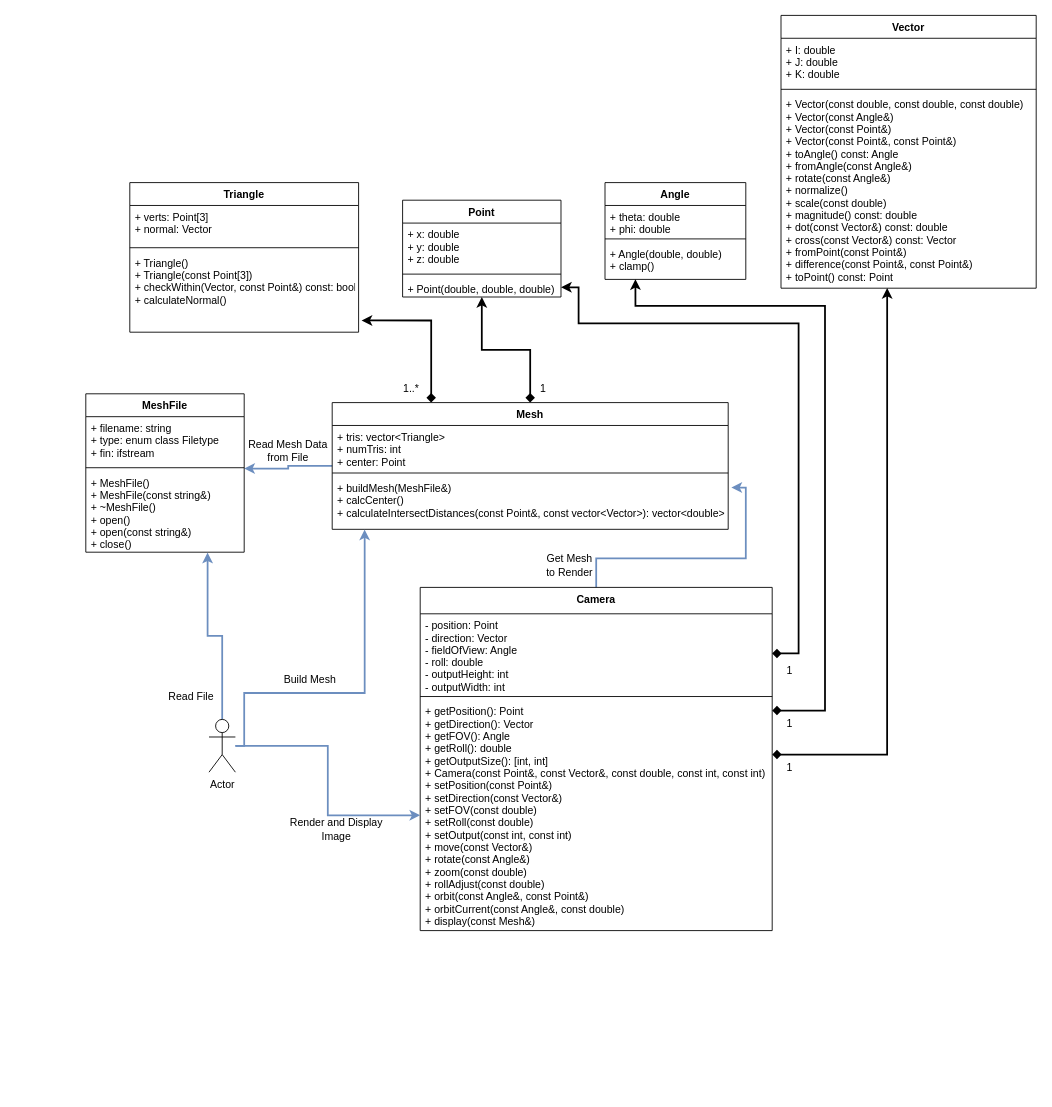
boBylliB/Terminal3DRenderer keeps this draw.io diagram as UMLDiagram.drawio. Above is the earlier version. Source tidied: cells renumbered, new cells numbered last; positions are measured from the earlier drawing's top-left corner, leaving out a move shared by most shapes. Both pictures are drawn from the tidied source at 88%, with x=0, y=0 at pixel (85, 15).
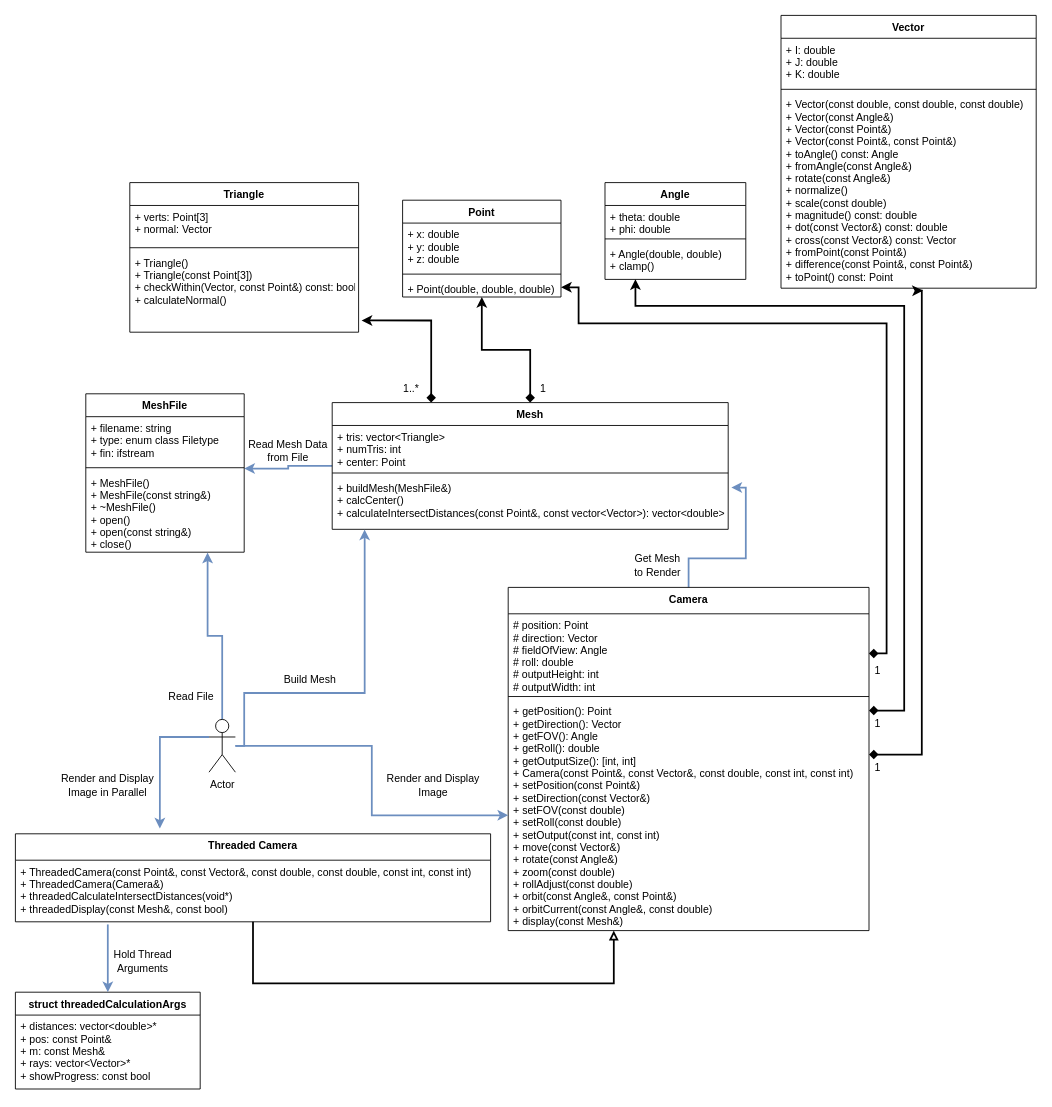
After the change.

The change refers to these unchanged cells:
```xml
<mxCell id="10" value="+ Angle(double, double)&#10;+ clamp()&#10;" style="text;strokeColor=none;fillColor=none;align=left;verticalAlign=top;spacingLeft=4;spacingRight=4;overflow=hidden;points=[[0,0.5],[1,0.5]];portConstraint=eastwest;" parent="7" vertex="1">
  <mxGeometry y="68" width="160" height="42" as="geometry" />
</mxCell>
<mxCell id="25" value="+ Point(double, double, double)" style="text;strokeColor=none;fillColor=none;align=left;verticalAlign=top;spacingLeft=4;spacingRight=4;overflow=hidden;points=[[0,0.5],[1,0.5]];portConstraint=eastwest;" parent="22" vertex="1">
  <mxGeometry y="88" width="180" height="22" as="geometry" />
</mxCell>
<mxCell id="33" value="+ Vector(const double, const double, const double)&#10;+ Vector(const Angle&amp;)&#10;+ Vector(const Point&amp;)&#10;+ Vector(const Point&amp;, const Point&amp;)&#10;+ toAngle() const: Angle&#10;+ fromAngle(const Angle&amp;)&#10;+ rotate(const Angle&amp;)&#10;+ normalize()&#10;+ scale(const double)&#10;+ magnitude() const: double&#10;+ dot(const Vector&amp;) const: double&#10;+ cross(const Vector&amp;) const: Vector&#10;+ fromPoint(const Point&amp;)&#10;+ difference(const Point&amp;, const Point&amp;)&#10;+ toPoint() const: Point&#10;" style="text;strokeColor=none;fillColor=none;align=left;verticalAlign=top;spacingLeft=4;spacingRight=4;overflow=hidden;points=[[0,0.5],[1,0.5]];portConstraint=eastwest;" parent="30" vertex="1">
  <mxGeometry y="88" width="290" height="222" as="geometry" />
</mxCell>
<mxCell id="37" value="Actor" style="shape=umlActor;verticalLabelPosition=bottom;verticalAlign=top;html=1;outlineConnect=0;" parent="1" vertex="1">
  <mxGeometry x="140" y="800" width="30" height="60" as="geometry" />
</mxCell>
```

Change to the diagram source:
```diff
@@
     <mxCell id="3" value="Camera" style="swimlane;fontStyle=1;align=center;verticalAlign=top;horizontal=1;startSize=30;" parent="1" vertex="1">
-      <mxGeometry x="380" y="650" width="400" height="390" as="geometry" />
+      <mxGeometry x="480" y="650" width="410" height="390" as="geometry" />
     </mxCell>
-    <mxCell id="4" value="- position: Point&#10;- direction: Vector&#10;- fieldOfView: Angle&#10;- roll: double&#10;- outputHeight: int&#10;- outputWidth: int&#10;" style="text;strokeColor=none;fillColor=none;align=left;verticalAlign=top;spacingLeft=4;spacingRight=4;overflow=hidden;points=[[0,0.5],[1,0.5]];portConstraint=eastwest;" parent="3" vertex="1">
-      <mxGeometry y="30" width="400" height="90" as="geometry" />
+    <mxCell id="4" value="# position: Point&#10;# direction: Vector&#10;# fieldOfView: Angle&#10;# roll: double&#10;# outputHeight: int&#10;# outputWidth: int&#10;" style="text;strokeColor=none;fillColor=none;align=left;verticalAlign=top;spacingLeft=4;spacingRight=4;overflow=hidden;points=[[0,0.5],[1,0.5]];portConstraint=eastwest;" parent="3" vertex="1">
+      <mxGeometry y="30" width="410" height="90" as="geometry" />
     </mxCell>
     <mxCell id="5" style="line;strokeWidth=1;fillColor=none;align=left;verticalAlign=middle;spacingTop=-1;spacingLeft=3;spacingRight=3;labelPosition=right;strokeColor=inherit;" parent="3" vertex="1">
-      <mxGeometry y="120" width="400" height="8" as="geometry" />
+      <mxGeometry y="120" width="410" height="8" as="geometry" />
     </mxCell>
     <mxCell id="6" value="+ getPosition(): Point&#10;+ getDirection(): Vector&#10;+ getFOV(): Angle&#10;+ getRoll(): double&#10;+ getOutputSize(): [int, int]&#10;+ Camera(const Point&amp;, const Vector&amp;, const double, const int, const int)&#10;+ setPosition(const Point&amp;)&#10;+ setDirection(const Vector&amp;)&#10;+ setFOV(const double)&#10;+ setRoll(const double)&#10;+ setOutput(const int, const int)&#10;+ move(const Vector&amp;)&#10;+ rotate(const Angle&amp;)&#10;+ zoom(const double)&#10;+ rollAdjust(const double)&#10;+ orbit(const Angle&amp;, const Point&amp;)&#10;+ orbitCurrent(const Angle&amp;, const double)&#10;+ display(const Mesh&amp;)&#10;" style="text;strokeColor=none;fillColor=none;align=left;verticalAlign=top;spacingLeft=4;spacingRight=4;overflow=hidden;points=[[0,0.5],[1,0.5]];portConstraint=eastwest;" parent="3" vertex="1">
-      <mxGeometry y="128" width="400" height="262" as="geometry" />
+      <mxGeometry y="128" width="410" height="262" as="geometry" />
     </mxCell>
@@
+    <mxCell id="51" style="edgeStyle=orthogonalEdgeStyle;rounded=0;jettySize=auto;html=1;exitX=0;exitY=0.3333333333333333;exitDx=0;exitDy=0;exitPerimeter=0;entryX=0.304;entryY=-0.06;entryDx=0;entryDy=0;entryPerimeter=0;strokeWidth=2;startArrow=none;startFill=0;endArrow=classic;endFill=1;fillColor=#dae8fc;strokeColor=#6c8ebf;" parent="1" edge="1" source="37" target="52">
+      <mxGeometry relative="1" as="geometry">
+        <Array as="points">
+          <mxPoint x="84" y="820" />
+        </Array>
+      </mxGeometry>
+    </mxCell>
@@
     <mxCell id="39" style="edgeStyle=orthogonalEdgeStyle;rounded=0;jettySize=auto;html=1;entryX=1;entryY=0.5;entryDx=0;entryDy=0;strokeWidth=2;startArrow=diamond;startFill=1;" parent="1" edge="1" source="4" target="25">
       <mxGeometry relative="1" as="geometry">
         <Array as="points">
-          <mxPoint x="810" y="725" />
-          <mxPoint x="810" y="350" />
+          <mxPoint x="910" y="725" />
+          <mxPoint x="910" y="350" />
           <mxPoint x="560" y="350" />
           <mxPoint x="560" y="309" />
         </Array>
       </mxGeometry>
     </mxCell>
     <mxCell id="40" style="edgeStyle=orthogonalEdgeStyle;rounded=0;jettySize=auto;html=1;entryX=0.216;entryY=0.993;entryDx=0;entryDy=0;entryPerimeter=0;strokeWidth=2;startArrow=diamond;startFill=1;" parent="1" edge="1" source="6" target="10">
       <mxGeometry relative="1" as="geometry">
         <Array as="points">
-          <mxPoint x="840" y="790" />
-          <mxPoint x="840" y="330" />
+          <mxPoint x="930" y="790" />
+          <mxPoint x="930" y="330" />
           <mxPoint x="625" y="330" />
         </Array>
       </mxGeometry>
     </mxCell>
-    <mxCell id="41" style="edgeStyle=orthogonalEdgeStyle;rounded=0;jettySize=auto;html=1;entryX=0.416;entryY=0.999;entryDx=0;entryDy=0;entryPerimeter=0;strokeWidth=2;startArrow=diamond;startFill=1;" parent="1" edge="1" source="6" target="33">
+    <mxCell id="41" style="edgeStyle=orthogonalEdgeStyle;rounded=0;jettySize=auto;html=1;strokeWidth=2;startArrow=diamond;startFill=1;entryX=0.556;entryY=1.012;entryDx=0;entryDy=0;entryPerimeter=0;" parent="1" edge="1" source="6" target="33">
       <mxGeometry relative="1" as="geometry">
         <Array as="points">
-          <mxPoint x="911" y="840" />
+          <mxPoint x="950" y="840" />
+          <mxPoint x="950" y="313" />
         </Array>
       </mxGeometry>
     </mxCell>
@@
     <mxCell id="43" value="1" style="text;html=1;strokeColor=none;fillColor=none;align=center;verticalAlign=middle;whiteSpace=wrap;rounded=0;" parent="1" vertex="1">
-      <mxGeometry x="770" y="730" width="60" height="30" as="geometry" />
+      <mxGeometry x="870" y="730" width="60" height="30" as="geometry" />
     </mxCell>
     <mxCell id="44" value="1" style="text;html=1;strokeColor=none;fillColor=none;align=center;verticalAlign=middle;whiteSpace=wrap;rounded=0;" parent="1" vertex="1">
-      <mxGeometry x="770" y="790" width="60" height="30" as="geometry" />
+      <mxGeometry x="870" y="790" width="60" height="30" as="geometry" />
     </mxCell>
     <mxCell id="45" value="1" style="text;html=1;strokeColor=none;fillColor=none;align=center;verticalAlign=middle;whiteSpace=wrap;rounded=0;" parent="1" vertex="1">
-      <mxGeometry x="770" y="840" width="60" height="30" as="geometry" />
+      <mxGeometry x="870" y="840" width="60" height="30" as="geometry" />
     </mxCell>
@@
     <mxCell id="47" value="Render and Display Image" style="text;html=1;strokeColor=none;fillColor=none;align=center;verticalAlign=middle;whiteSpace=wrap;rounded=0;" parent="1" vertex="1">
-      <mxGeometry x="230" y="910" width="110" height="30" as="geometry" />
+      <mxGeometry x="340" y="860" width="110" height="30" as="geometry" />
     </mxCell>
     <mxCell id="48" value="Get Mesh to Render" style="text;html=1;strokeColor=none;fillColor=none;align=center;verticalAlign=middle;whiteSpace=wrap;rounded=0;" parent="1" vertex="1">
-      <mxGeometry x="520" y="610" width="60" height="30" as="geometry" />
+      <mxGeometry x="620" y="610" width="60" height="30" as="geometry" />
     </mxCell>
@@
+    <mxCell id="52" value="Threaded Camera" style="swimlane;fontStyle=1;align=center;verticalAlign=top;horizontal=1;startSize=30;" parent="1" vertex="1">
+      <mxGeometry x="-80" y="930" width="540" height="100" as="geometry" />
+    </mxCell>
+    <mxCell id="53" value="+ ThreadedCamera(const Point&amp;, const Vector&amp;, const double, const double, const int, const int)&#10;+ ThreadedCamera(Camera&amp;)&#10;+ threadedCalculateIntersectDistances(void*)&#10;+ threadedDisplay(const Mesh&amp;, const bool)&#10;" style="text;strokeColor=none;fillColor=none;align=left;verticalAlign=top;spacingLeft=4;spacingRight=4;overflow=hidden;points=[[0,0.5],[1,0.5]];portConstraint=eastwest;" parent="52" vertex="1">
+      <mxGeometry y="30" width="540" height="70" as="geometry" />
+    </mxCell>
+    <mxCell id="54" style="edgeStyle=orthogonalEdgeStyle;rounded=0;jettySize=auto;html=1;strokeWidth=2;endArrow=block;endFill=0;" parent="1" edge="1" source="53" target="6">
+      <mxGeometry relative="1" as="geometry">
+        <Array as="points">
+          <mxPoint x="190" y="1100" />
+          <mxPoint x="600" y="1100" />
+        </Array>
+      </mxGeometry>
+    </mxCell>
+    <mxCell id="55" value="struct threadedCalculationArgs" style="swimlane;fontStyle=1;align=center;verticalAlign=top;horizontal=1;startSize=26;" parent="1" vertex="1">
+      <mxGeometry x="-80" y="1110" width="210" height="110" as="geometry" />
+    </mxCell>
+    <mxCell id="56" value="+ distances: vector&lt;double&gt;*&#10;+ pos: const Point&amp;&#10;+ m: const Mesh&amp;&#10;+ rays: vector&lt;Vector&gt;*&#10;+ showProgress: const bool&#10;" style="text;strokeColor=none;fillColor=none;align=left;verticalAlign=top;spacingLeft=4;spacingRight=4;overflow=hidden;" parent="55" vertex="1">
+      <mxGeometry y="26" width="210" height="84" as="geometry" />
+    </mxCell>
+    <mxCell id="57" style="edgeStyle=orthogonalEdgeStyle;rounded=0;jettySize=auto;html=1;entryX=0.5;entryY=0;entryDx=0;entryDy=0;strokeWidth=2;endArrow=classic;endFill=1;startArrow=none;startFill=0;fillColor=#dae8fc;strokeColor=#6c8ebf;" parent="1" edge="1" target="55">
+      <mxGeometry relative="1" as="geometry">
+        <mxPoint x="25" y="1033" as="sourcePoint" />
+        <Array as="points">
+          <mxPoint x="25" y="1033" />
+        </Array>
+      </mxGeometry>
+    </mxCell>
+    <mxCell id="58" value="&lt;div&gt;Hold Thread Arguments&lt;/div&gt;" style="text;html=1;strokeColor=none;fillColor=none;align=center;verticalAlign=middle;whiteSpace=wrap;rounded=0;" parent="1" vertex="1">
+      <mxGeometry x="10" y="1060" width="110" height="30" as="geometry" />
+    </mxCell>
+    <mxCell id="59" value="Render and Display Image in Parallel" style="text;html=1;strokeColor=none;fillColor=none;align=center;verticalAlign=middle;whiteSpace=wrap;rounded=0;" parent="1" vertex="1">
+      <mxGeometry x="-30" y="860" width="110" height="30" as="geometry" />
+    </mxCell>
```
